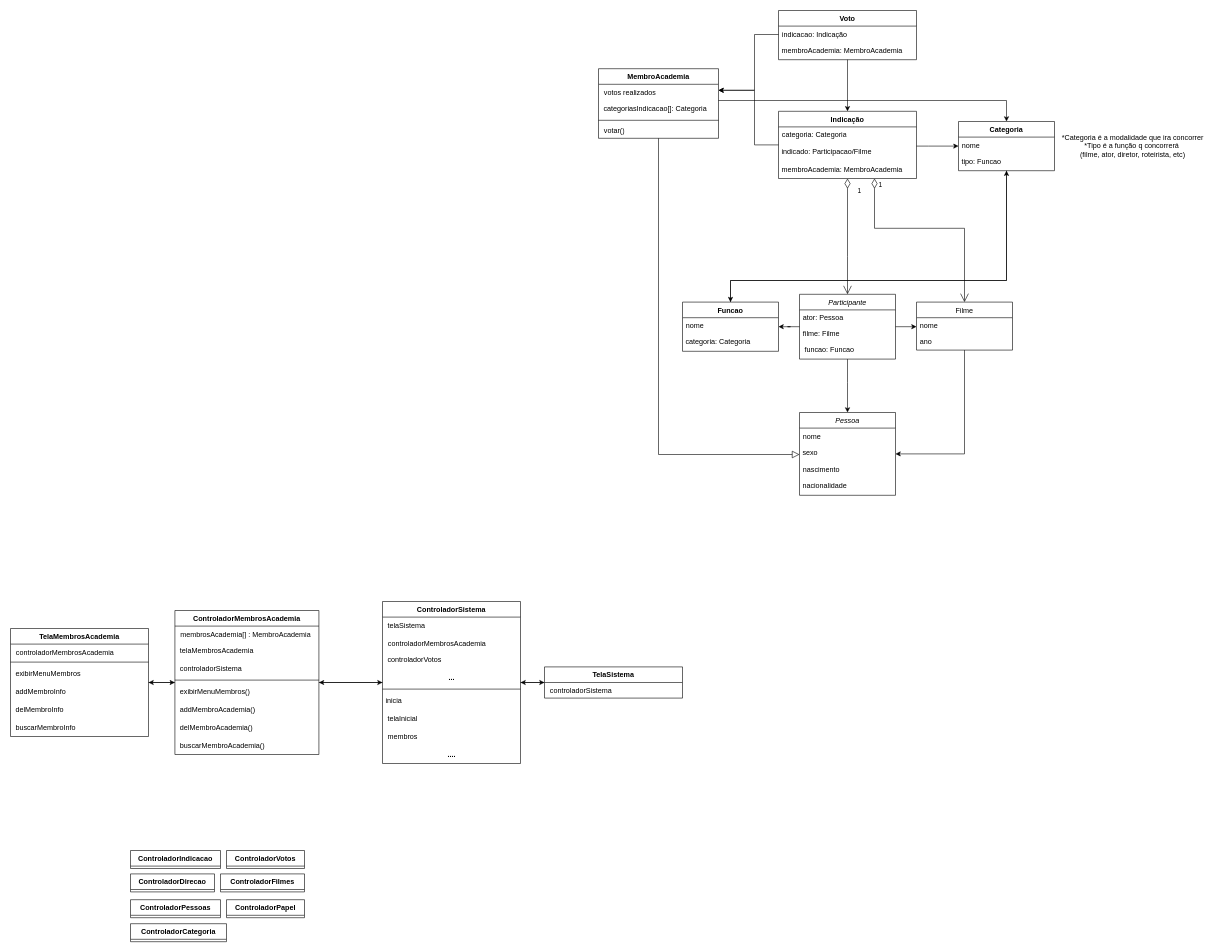
Earlier version of the draw.io diagram Diagram de Classe V2.drawio (joaotuyama21/trabalho_dsoo). Source tidied: cells renumbered, new cells numbered last; positions are measured from the earlier drawing's top-left corner, leaving out a move shared by most shapes. Both pictures are drawn from the tidied source at 60%, with x=0, y=0 at pixel (10, 10).
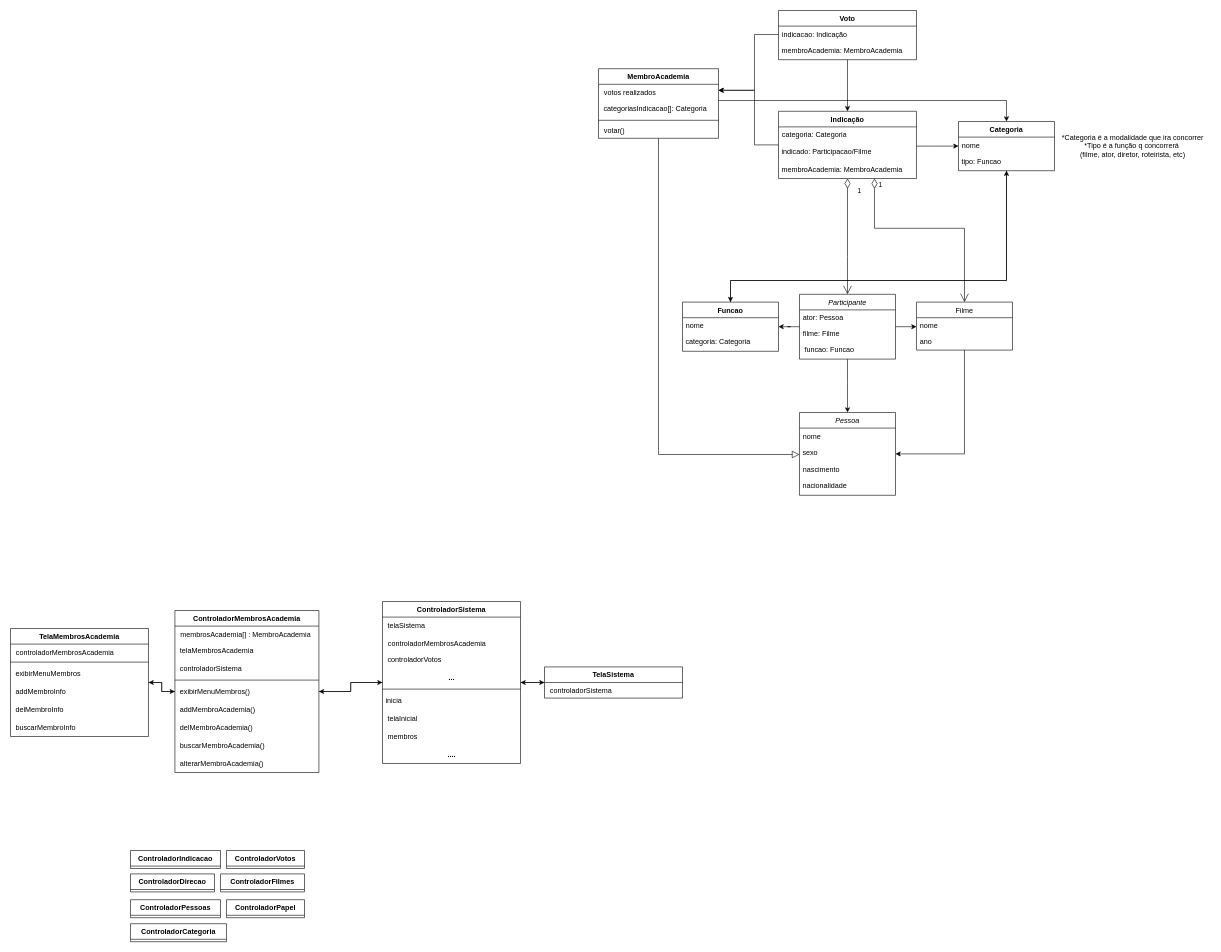
After the change.

The edit, as a diff of the source:
```diff
@@
     <mxCell id="11" value="ControladorMembrosAcademia" style="swimlane;fontStyle=1;align=center;verticalAlign=top;horizontal=1;startSize=26;whiteSpace=wrap;html=1;" parent="1" vertex="1">
-      <mxGeometry x="274" y="1000" width="240" height="240" as="geometry" />
+      <mxGeometry x="274" y="1000" width="240" height="270" as="geometry" />
     </mxCell>
@@
+    <mxCell id="88" value="&amp;nbsp; alterarMembroAcademia()" style="text;html=1;align=left;verticalAlign=middle;strokeColor=none;fillColor=none;" parent="11" vertex="1">
+      <mxGeometry y="240" width="240" height="30" as="geometry" />
+    </mxCell>
```
